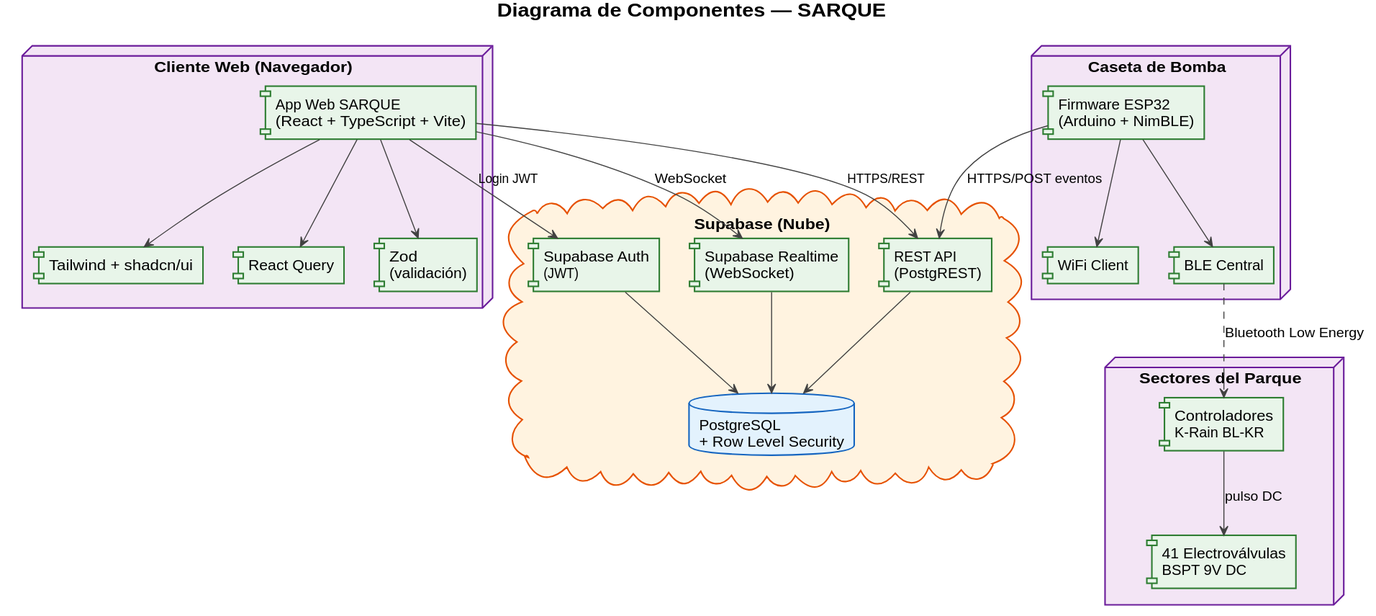
The PlantUML diagram diagramas/Componentes_SARQUE.svg in Jose12300552/quinta-verde-flow, before a commit.
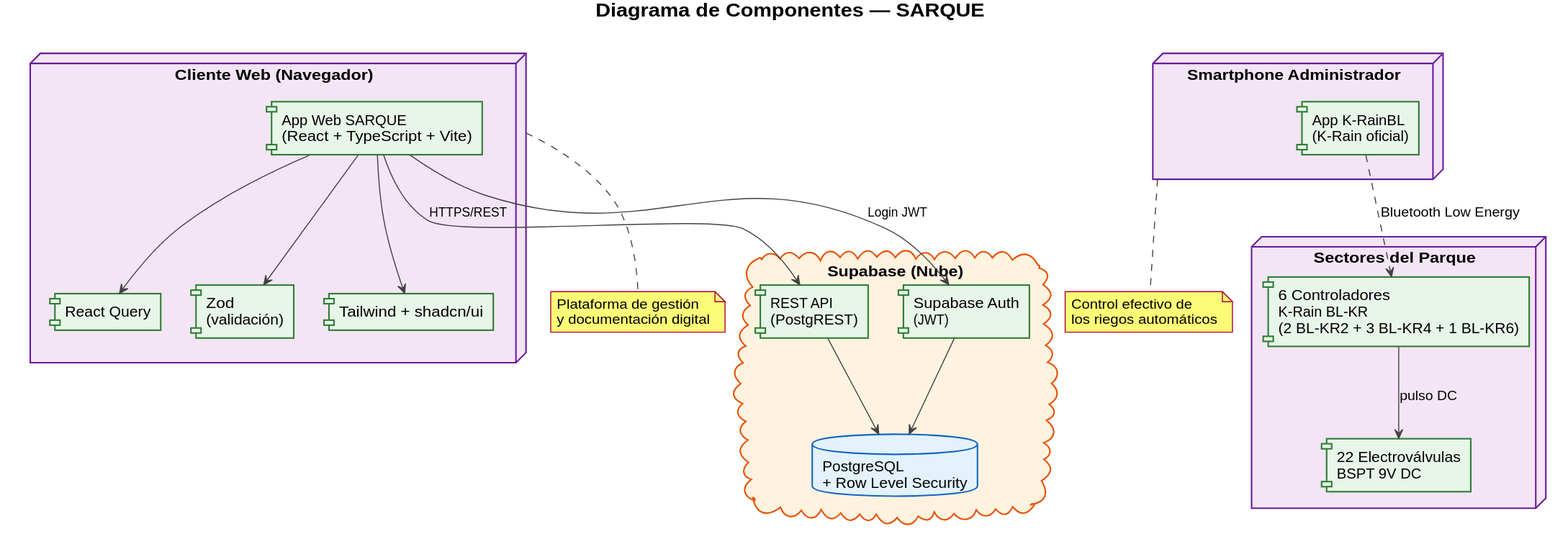
Above is the later version.

What changed in the source:
```diff
@@ -34,32 +34,25 @@
 cloud "Supabase (Nube)" as Supabase {
   component "Supabase Auth\n(JWT)" as Auth
   database "PostgreSQL\n+ Row Level Security" as DB
-  component "Supabase Realtime\n(WebSocket)" as RT
   component "REST API\n(PostgREST)" as API
-
   API --> DB
-  RT --> DB
   Auth --> DB
 }
 
-node "Caseta de Bomba" as Caseta {
-  component "Firmware ESP32\n(Arduino + NimBLE)" as FW
-  component "WiFi Client" as WiFi
-  component "BLE Central" as BLE
-  FW --> WiFi
-  FW --> BLE
+node "Smartphone Administrador" as Phone {
+  component "App K-RainBL\n(K-Rain oficial)" as KApp
 }
 
 node "Sectores del Parque" as Parque {
-  component "Controladores\nK-Rain BL-KR" as BLKR
-  component "41 Electroválvulas\nBSPT 9V DC" as EV
+  component "6 Controladores\nK-Rain BL-KR\n(2 BL-KR2 + 3 BL-KR4 + 1 BL-KR6)" as BLKR
+  component "22 Electroválvulas\nBSPT 9V DC" as EV
   BLKR --> EV : pulso DC
 }
 
 App --> API : HTTPS/REST
-App --> RT : WebSocket
 App --> Auth : Login JWT
-FW --> API : HTTPS/POST eventos
-BLE ..> BLKR : Bluetooth Low Energy
+KApp ..> BLKR : Bluetooth Low Energy
 
+note bottom of Cliente : Plataforma de gestión\ny documentación digital
+note bottom of Phone : Control efectivo de\nlos riegos automáticos
 @enduml
```
